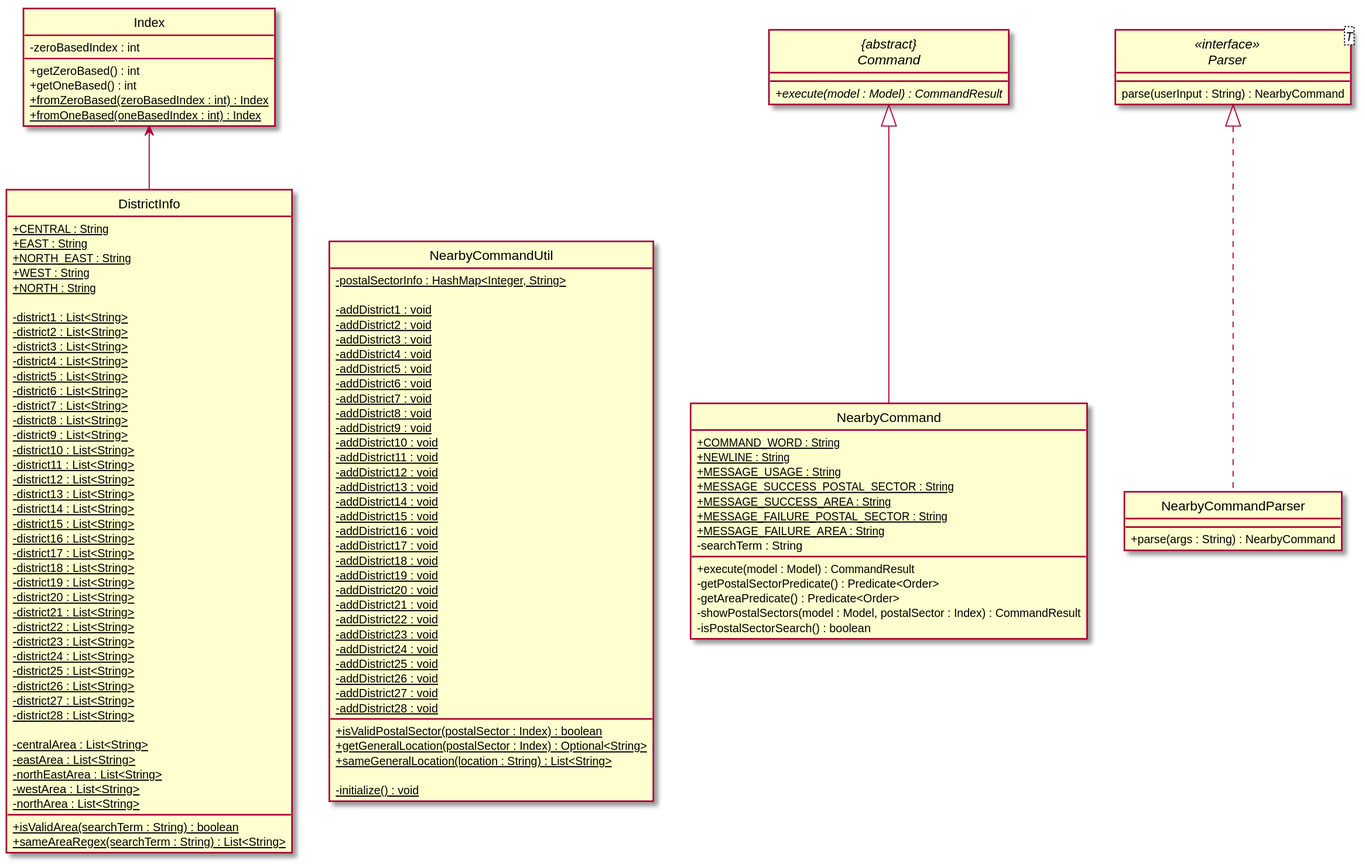
This is docs/images/NearbyClassDiagram.svg from nus-cs2103-AY1920S2/addressbook-level3, a PlantUML export, as it was before one commit. Its diagram source:
```plantuml
@startuml
skinparam backgroundColor #ffffff
skinparam classAttributeIconSize 0
hide circle

class DistrictInfo {
    + {static} CENTRAL : String
    + {static} EAST : String
    + {static} NORTH_EAST : String
    + {static} WEST : String
    + {static} NORTH : String

    - {static} district1 : List<String>
    - {static} district2 : List<String>
    - {static} district3 : List<String>
    - {static} district4 : List<String>
    - {static} district5 : List<String>
    - {static} district6 : List<String>
    - {static} district7 : List<String>
    - {static} district8 : List<String>
    - {static} district9 : List<String>
    - {static} district10 : List<String>
    - {static} district11 : List<String>
    - {static} district12 : List<String>
    - {static} district13 : List<String>
    - {static} district14 : List<String>
    - {static} district15 : List<String>
    - {static} district16 : List<String>
    - {static} district17 : List<String>
    - {static} district18 : List<String>
    - {static} district19 : List<String>
    - {static} district20 : List<String>
    - {static} district21 : List<String>
    - {static} district22 : List<String>
    - {static} district23 : List<String>
    - {static} district24 : List<String>
    - {static} district25 : List<String>
    - {static} district26 : List<String>
    - {static} district27 : List<String>
    - {static} district28 : List<String>

    - {static} centralArea : List<String>
    - {static} eastArea : List<String>
    - {static} northEastArea : List<String>
    - {static} westArea : List<String>
    - {static} northArea : List<String>

    + {static} isValidArea(searchTerm : String) : boolean
    + {static} sameAreaRegex(searchTerm : String) : List<String>
}

class NearbyCommandUtil {
    - {static} postalSectorInfo : HashMap<Integer, String>
    + {static} isValidPostalSector(postalSector : Index) : boolean
    + {static} getGeneralLocation(postalSector : Index) : Optional<String>
    + {static} sameGeneralLocation(location : String) : List<String>

    - {static} initialize() : void
    - {static} addDistrict1 : void
    - {static} addDistrict2 : void
    - {static} addDistrict3 : void
    - {static} addDistrict4 : void
    - {static} addDistrict5 : void
    - {static} addDistrict6 : void
    - {static} addDistrict7 : void
    - {static} addDistrict8 : void
    - {static} addDistrict9 : void
    - {static} addDistrict10 : void
    - {static} addDistrict11 : void
    - {static} addDistrict12 : void
    - {static} addDistrict13 : void
    - {static} addDistrict14 : void
    - {static} addDistrict15 : void
    - {static} addDistrict16 : void
    - {static} addDistrict17 : void
    - {static} addDistrict18 : void
    - {static} addDistrict19 : void
    - {static} addDistrict20 : void
    - {static} addDistrict21 : void
    - {static} addDistrict22 : void
    - {static} addDistrict23 : void
    - {static} addDistrict24 : void
    - {static} addDistrict25 : void
    - {static} addDistrict26 : void
    - {static} addDistrict27 : void
    - {static} addDistrict28 : void
}

class Index {
    - zeroBasedIndex : int
    + getZeroBased() : int
    + getOneBased() : int
    + {static} fromZeroBased(zeroBasedIndex : int) : Index
    + {static} fromOneBased(oneBasedIndex : int) : Index
}

class NearbyCommand {
    + {static} COMMAND_WORD : String
    + {static} NEWLINE : String
    + {static} MESSAGE_USAGE : String
    + {static} MESSAGE_SUCCESS_POSTAL_SECTOR : String
    + {static} MESSAGE_SUCCESS_AREA : String
    + {static} MESSAGE_FAILURE_POSTAL_SECTOR : String
    + {static} MESSAGE_FAILURE_AREA : String
    - searchTerm : String

    + execute(model : Model) : CommandResult
    - getPostalSectorPredicate() : Predicate<Order>
    - getAreaPredicate() : Predicate<Order>
    - showPostalSectors(model : Model, postalSector : Index) : CommandResult
    - isPostalSectorSearch() : boolean
}

abstract class "{abstract}\nCommand" {
    + {abstract} execute(model : Model) : CommandResult
}

NearbyCommand --up|> "{abstract}\nCommand"

class NearbyCommandParser implements Parser {
    + parse(args : String) : NearbyCommand
}

interface Parser<T> <<interface>> {
    parse(userInput : String) : NearbyCommand
}

DistrictInfo -up-> Index
DistrictInfo -[hidden] NearbyCommandUtil

@enduml
```
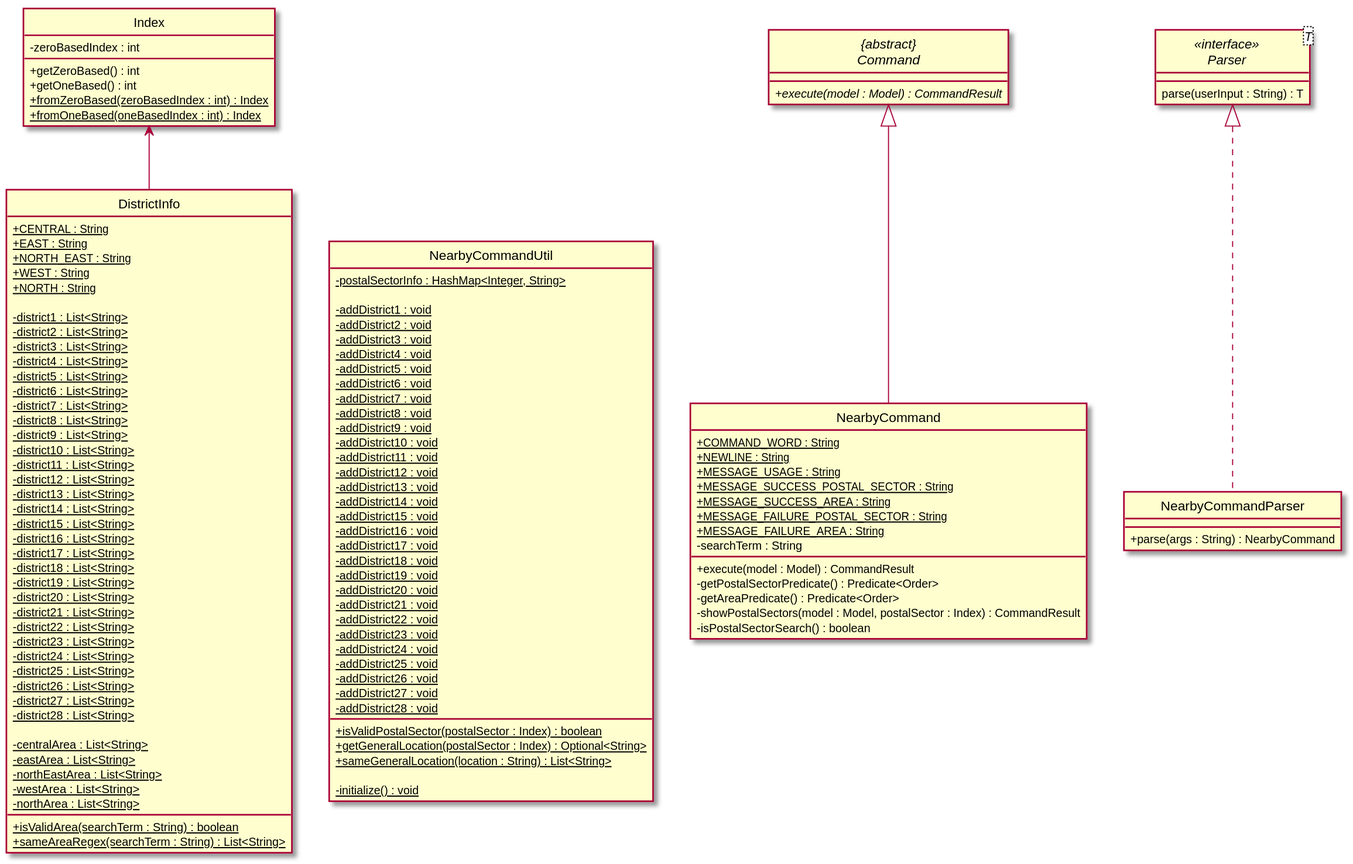
Above is the later version.

Commit message:
NearbyClassDiagram.puml: Change Parser class to generic type T

Diff of the diagram source:
```diff
@@ -122,7 +122,7 @@
 }
 
 interface Parser<T> <<interface>> {
-    parse(userInput : String) : NearbyCommand
+    parse(userInput : String) : T
 }
 
 DistrictInfo -up-> Index
```
